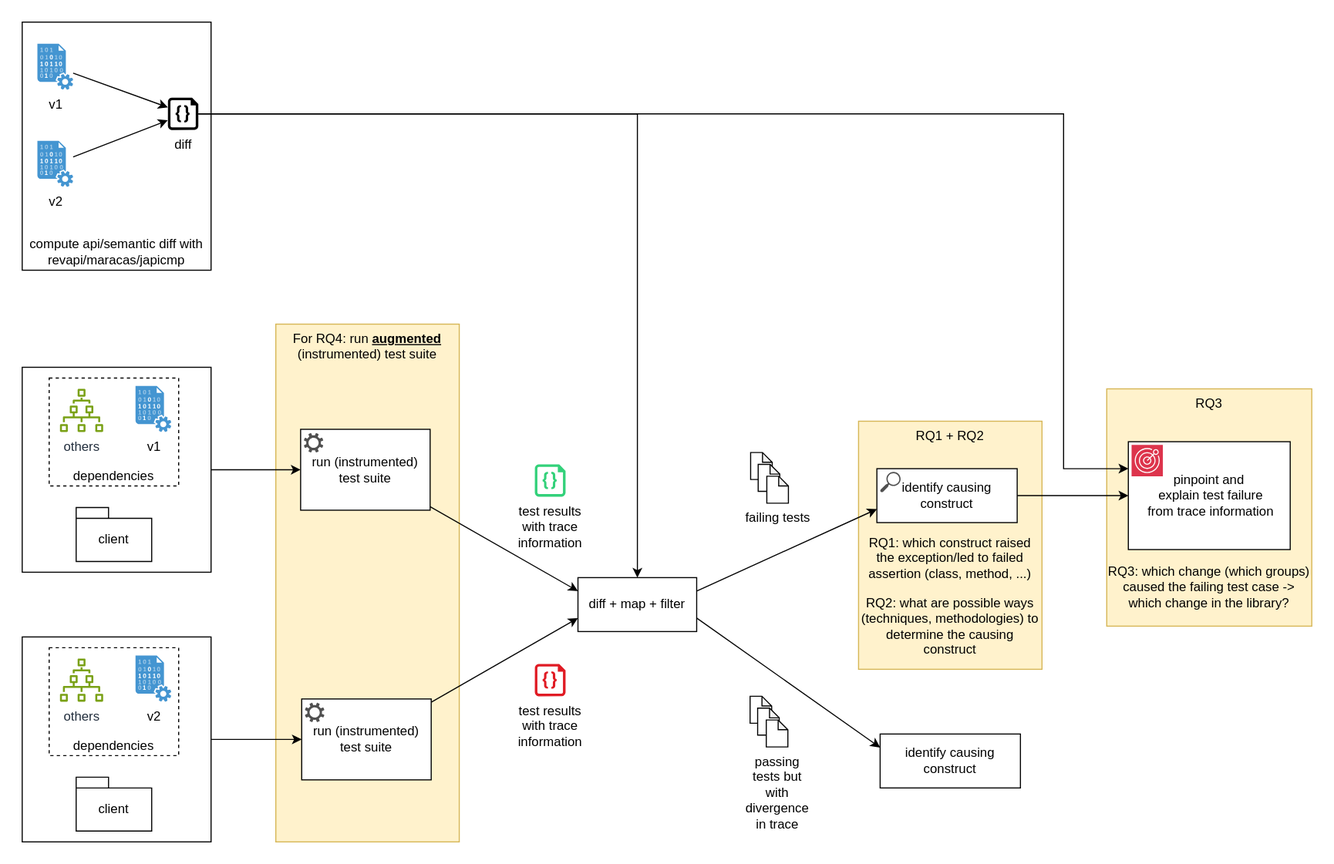
Before: figures/overview.svg, a diagram exported from draw.io (leonardhusmann/masterthesis). Source tidied: cells renumbered, new cells last; positions are measured from the earlier drawing's top-left corner, leaving out a move shared by most shapes. The source it was exported from:
```xml
<mxGraphModel>
  <root>
    <mxCell id="0" />
    <mxCell id="1" parent="0" />
    <mxCell id="2" value="compute api/semantic diff with revapi/maracas/japicmp" style="rounded=0;whiteSpace=wrap;html=1;verticalAlign=bottom;" parent="1" vertex="1">
      <mxGeometry width="175" height="230" as="geometry" />
    </mxCell>
    <mxCell id="3" value="identify causing construct" style="rounded=0;whiteSpace=wrap;html=1;" parent="1" vertex="1">
      <mxGeometry x="795" y="660" width="130" height="50" as="geometry" />
    </mxCell>
    <mxCell id="4" value="RQ3" style="rounded=0;whiteSpace=wrap;html=1;verticalAlign=top;fillColor=#fff2cc;strokeColor=#d6b656;" parent="1" vertex="1">
      <mxGeometry x="1005" y="340" width="190" height="220" as="geometry" />
    </mxCell>
    <mxCell id="5" value="RQ1 + RQ2" style="rounded=0;whiteSpace=wrap;html=1;verticalAlign=top;fillColor=#fff2cc;strokeColor=#d6b656;" parent="1" vertex="1">
      <mxGeometry x="775" y="370" width="170" height="230" as="geometry" />
    </mxCell>
    <mxCell id="6" value="For RQ4: run &lt;u&gt;&lt;b&gt;augmented&lt;/b&gt;&lt;/u&gt; (instrumented) test suite" style="rounded=0;whiteSpace=wrap;html=1;fillColor=#fff2cc;strokeColor=#d6b656;verticalAlign=top;" parent="1" vertex="1">
      <mxGeometry x="235" y="280" width="170" height="480" as="geometry" />
    </mxCell>
    <mxCell id="7" style="edgeStyle=orthogonalEdgeStyle;rounded=0;jettySize=auto;html=1;" parent="1" edge="1" source="8" target="21">
      <mxGeometry relative="1" as="geometry" />
    </mxCell>
    <mxCell id="8" style="rounded=0;whiteSpace=wrap;html=1;" parent="1" vertex="1">
      <mxGeometry y="570" width="175" height="190" as="geometry" />
    </mxCell>
    <mxCell id="9" style="edgeStyle=orthogonalEdgeStyle;rounded=0;jettySize=auto;html=1;" parent="1" edge="1" source="10" target="34">
      <mxGeometry relative="1" as="geometry" />
    </mxCell>
    <mxCell id="10" style="rounded=0;whiteSpace=wrap;html=1;" parent="1" vertex="1">
      <mxGeometry y="320" width="175" height="190" as="geometry" />
    </mxCell>
    <mxCell id="11" style="rounded=0;jettySize=auto;html=1;entryX=0;entryY=0.25;entryDx=0;entryDy=0;" parent="1" edge="1" source="34" target="25">
      <mxGeometry relative="1" as="geometry" />
    </mxCell>
    <mxCell id="12" value="dependencies" style="rounded=0;whiteSpace=wrap;html=1;verticalAlign=bottom;dashed=1;" parent="1" vertex="1">
      <mxGeometry x="25" y="330" width="120" height="100" as="geometry" />
    </mxCell>
    <mxCell id="13" value="client" style="shape=folder;fontStyle=0;tabWidth=30;tabHeight=10;tabPosition=left;html=1;boundedLbl=1;whiteSpace=wrap;" parent="1" vertex="1">
      <mxGeometry x="50" y="450" width="70" height="50" as="geometry" />
    </mxCell>
    <mxCell id="14" value="v1" style="shadow=0;dashed=0;html=1;strokeColor=none;fillColor=#4495D1;labelPosition=center;verticalLabelPosition=bottom;verticalAlign=top;align=center;shape=mxgraph.veeam.data_file;" parent="1" vertex="1">
      <mxGeometry x="105" y="337.3" width="33.1" height="42.7" as="geometry" />
    </mxCell>
    <mxCell id="15" value="others" style="sketch=0;fontColor=#232F3E;gradientColor=none;fillColor=#7AA116;strokeColor=none;dashed=0;verticalLabelPosition=bottom;verticalAlign=top;align=center;html=1;fontSize=12;fontStyle=0;shape=mxgraph.aws4.iot_sitewise_asset_hierarchy;" parent="1" vertex="1">
      <mxGeometry x="35" y="340" width="40" height="40" as="geometry" />
    </mxCell>
    <mxCell id="16" value="dependencies" style="rounded=0;whiteSpace=wrap;html=1;verticalAlign=bottom;dashed=1;" parent="1" vertex="1">
      <mxGeometry x="25" y="580" width="120" height="100" as="geometry" />
    </mxCell>
    <mxCell id="17" value="client" style="shape=folder;fontStyle=0;tabWidth=30;tabHeight=10;tabPosition=left;html=1;boundedLbl=1;whiteSpace=wrap;" parent="1" vertex="1">
      <mxGeometry x="50" y="700" width="70" height="50" as="geometry" />
    </mxCell>
    <mxCell id="18" value="v2" style="shadow=0;dashed=0;html=1;strokeColor=none;fillColor=#4495D1;labelPosition=center;verticalLabelPosition=bottom;verticalAlign=top;align=center;shape=mxgraph.veeam.data_file;" parent="1" vertex="1">
      <mxGeometry x="105" y="587.3" width="33.1" height="42.7" as="geometry" />
    </mxCell>
    <mxCell id="19" value="others" style="sketch=0;fontColor=#232F3E;gradientColor=none;fillColor=#7AA116;strokeColor=none;dashed=0;verticalLabelPosition=bottom;verticalAlign=top;align=center;html=1;fontSize=12;fontStyle=0;shape=mxgraph.aws4.iot_sitewise_asset_hierarchy;" parent="1" vertex="1">
      <mxGeometry x="35" y="590" width="40" height="40" as="geometry" />
    </mxCell>
    <mxCell id="20" style="rounded=0;jettySize=auto;html=1;entryX=0;entryY=0.75;entryDx=0;entryDy=0;" parent="1" edge="1" source="21" target="25">
      <mxGeometry relative="1" as="geometry" />
    </mxCell>
    <mxCell id="21" value="run (instrumented) test suite" style="rounded=0;whiteSpace=wrap;html=1;" parent="1" vertex="1">
      <mxGeometry x="259" y="627.5" width="120" height="75" as="geometry" />
    </mxCell>
    <mxCell id="22" style="sketch=0;shadow=0;dashed=0;html=1;strokeColor=none;fillColor=#505050;labelPosition=center;verticalLabelPosition=bottom;verticalAlign=top;align=center;shape=mxgraph.office.concepts.settings;" parent="1" vertex="1">
      <mxGeometry x="262" y="631" width="18" height="18" as="geometry" />
    </mxCell>
    <mxCell id="23" style="rounded=0;jettySize=auto;html=1;entryX=0;entryY=0.75;entryDx=0;entryDy=0;exitX=1;exitY=0.25;exitDx=0;exitDy=0;" parent="1" edge="1" source="25" target="32">
      <mxGeometry relative="1" as="geometry" />
    </mxCell>
    <mxCell id="24" style="rounded=0;jettySize=auto;html=1;exitX=1;exitY=0.75;exitDx=0;exitDy=0;entryX=0;entryY=0.25;entryDx=0;entryDy=0;" parent="1" edge="1" source="25" target="3">
      <mxGeometry relative="1" as="geometry" />
    </mxCell>
    <mxCell id="25" value="diff + map + filter" style="rounded=0;whiteSpace=wrap;html=1;" parent="1" vertex="1">
      <mxGeometry x="515" y="515" width="110" height="50" as="geometry" />
    </mxCell>
    <mxCell id="26" value="test results with trace information" style="verticalLabelPosition=bottom;html=1;verticalAlign=top;align=center;strokeColor=none;fillColor=#33d17a;shape=mxgraph.azure.code_file;whiteSpace=wrap;" parent="1" vertex="1">
      <mxGeometry x="475" y="410" width="28.5" height="30" as="geometry" />
    </mxCell>
    <mxCell id="27" value="test results with trace information" style="verticalLabelPosition=bottom;html=1;verticalAlign=top;align=center;strokeColor=none;fillColor=#e01b24;shape=mxgraph.azure.code_file;whiteSpace=wrap;" parent="1" vertex="1">
      <mxGeometry x="475" y="595" width="28.5" height="30" as="geometry" />
    </mxCell>
    <mxCell id="28" style="shape=note;whiteSpace=wrap;html=1;backgroundOutline=1;darkOpacity=0.05;size=9;" parent="1" vertex="1">
      <mxGeometry x="675" y="399" width="20" height="25" as="geometry" />
    </mxCell>
    <mxCell id="29" style="shape=note;whiteSpace=wrap;html=1;backgroundOutline=1;darkOpacity=0.05;size=9;" parent="1" vertex="1">
      <mxGeometry x="682" y="410" width="20" height="25" as="geometry" />
    </mxCell>
    <mxCell id="30" value="failing tests" style="shape=note;backgroundOutline=1;darkOpacity=0.05;size=9;verticalAlign=top;labelPosition=center;verticalLabelPosition=bottom;align=center;html=1;" parent="1" vertex="1">
      <mxGeometry x="690" y="421" width="20" height="25" as="geometry" />
    </mxCell>
    <mxCell id="31" style="edgeStyle=orthogonalEdgeStyle;rounded=0;jettySize=auto;html=1;" parent="1" edge="1" source="32" target="36">
      <mxGeometry relative="1" as="geometry" />
    </mxCell>
    <mxCell id="32" value="identify causing construct" style="rounded=0;whiteSpace=wrap;html=1;" parent="1" vertex="1">
      <mxGeometry x="792" y="414" width="130" height="50" as="geometry" />
    </mxCell>
    <mxCell id="33" style="sketch=0;shadow=0;dashed=0;html=1;strokeColor=none;fillColor=#505050;labelPosition=center;verticalLabelPosition=bottom;verticalAlign=top;align=center;shape=mxgraph.office.concepts.search;" parent="1" vertex="1">
      <mxGeometry x="795" y="417" width="19" height="19" as="geometry" />
    </mxCell>
    <mxCell id="34" value="run (instrumented) test suite" style="rounded=0;whiteSpace=wrap;html=1;" parent="1" vertex="1">
      <mxGeometry x="258" y="377.5" width="120" height="75" as="geometry" />
    </mxCell>
    <mxCell id="35" style="sketch=0;shadow=0;dashed=0;html=1;strokeColor=none;fillColor=#505050;labelPosition=center;verticalLabelPosition=bottom;verticalAlign=top;align=center;shape=mxgraph.office.concepts.settings;" parent="1" vertex="1">
      <mxGeometry x="261" y="381" width="18" height="18" as="geometry" />
    </mxCell>
    <mxCell id="36" value="&lt;div&gt;pinpoint and&lt;/div&gt;&lt;div&gt;&amp;nbsp;explain test failure&lt;/div&gt;&amp;nbsp;from trace information" style="rounded=0;whiteSpace=wrap;html=1;" parent="1" vertex="1">
      <mxGeometry x="1025" y="389" width="150" height="100" as="geometry" />
    </mxCell>
    <mxCell id="37" style="sketch=0;fontColor=#232F3E;fillColor=#DD344C;strokeColor=#ffffff;dashed=0;verticalLabelPosition=bottom;verticalAlign=top;align=center;html=1;fontSize=12;fontStyle=0;shape=mxgraph.aws4.resourceIcon;resIcon=mxgraph.aws4.pinpoint;" parent="1" vertex="1">
      <mxGeometry x="1028" y="392" width="29" height="29" as="geometry" />
    </mxCell>
    <mxCell id="38" style="shape=note;whiteSpace=wrap;html=1;backgroundOutline=1;darkOpacity=0.05;size=9;" parent="1" vertex="1">
      <mxGeometry x="674.5" y="625" width="20" height="25" as="geometry" />
    </mxCell>
    <mxCell id="39" style="shape=note;whiteSpace=wrap;html=1;backgroundOutline=1;darkOpacity=0.05;size=9;" parent="1" vertex="1">
      <mxGeometry x="681.5" y="636" width="20" height="25" as="geometry" />
    </mxCell>
    <mxCell id="40" value="passing tests but with divergence in trace" style="shape=note;backgroundOutline=1;darkOpacity=0.05;size=9;verticalAlign=top;labelPosition=center;verticalLabelPosition=bottom;align=center;html=1;whiteSpace=wrap;" parent="1" vertex="1">
      <mxGeometry x="689.5" y="647" width="20" height="25" as="geometry" />
    </mxCell>
    <mxCell id="41" value="RQ1: which construct raised the exception/led to failed assertion (class, method, ...)" style="text;html=1;align=center;verticalAlign=middle;whiteSpace=wrap;rounded=0;" parent="1" vertex="1">
      <mxGeometry x="775" y="482" width="170" height="30" as="geometry" />
    </mxCell>
    <mxCell id="42" value="RQ2: what are possible ways (techniques, methodologies) to determine the causing construct" style="text;html=1;align=center;verticalAlign=middle;whiteSpace=wrap;rounded=0;" parent="1" vertex="1">
      <mxGeometry x="775" y="545" width="170" height="30" as="geometry" />
    </mxCell>
    <mxCell id="43" value="RQ3: which change (which groups) caused the failing test case -&amp;gt; which change in the library?" style="text;html=1;align=center;verticalAlign=middle;whiteSpace=wrap;rounded=0;" parent="1" vertex="1">
      <mxGeometry x="1005" y="509" width="190" height="30" as="geometry" />
    </mxCell>
    <mxCell id="44" value="v1" style="shadow=0;dashed=0;html=1;strokeColor=none;fillColor=#4495D1;labelPosition=center;verticalLabelPosition=bottom;verticalAlign=top;align=center;outlineConnect=0;shape=mxgraph.veeam.data_file;" parent="1" vertex="1">
      <mxGeometry x="14.1" y="20" width="33.1" height="42.7" as="geometry" />
    </mxCell>
    <mxCell id="45" value="v2" style="shadow=0;dashed=0;html=1;strokeColor=none;fillColor=#4495D1;labelPosition=center;verticalLabelPosition=bottom;verticalAlign=top;align=center;outlineConnect=0;shape=mxgraph.veeam.data_file;" parent="1" vertex="1">
      <mxGeometry x="14.1" y="110" width="33.1" height="42.7" as="geometry" />
    </mxCell>
    <mxCell id="46" style="edgeStyle=orthogonalEdgeStyle;rounded=0;jettySize=auto;html=1;" parent="1" edge="1" source="48" target="25">
      <mxGeometry relative="1" as="geometry" />
    </mxCell>
    <mxCell id="47" style="edgeStyle=orthogonalEdgeStyle;rounded=0;jettySize=auto;html=1;entryX=0;entryY=0.25;entryDx=0;entryDy=0;" parent="1" edge="1" source="48" target="36">
      <mxGeometry relative="1" as="geometry">
        <Array as="points">
          <mxPoint x="965" y="85" />
          <mxPoint x="965" y="414" />
        </Array>
      </mxGeometry>
    </mxCell>
    <mxCell id="48" value="diff" style="sketch=0;shadow=0;dashed=0;html=1;strokeColor=none;labelPosition=center;verticalLabelPosition=bottom;verticalAlign=top;align=center;fillColor=#000000;shape=mxgraph.azure.code_file;" parent="1" vertex="1">
      <mxGeometry x="135" y="70" width="28.2" height="30" as="geometry" />
    </mxCell>
    <mxCell id="49" style="rounded=0;jettySize=auto;html=1;entryX=-0.001;entryY=0.3;entryDx=0;entryDy=0;entryPerimeter=0;" parent="1" edge="1" source="44" target="48">
      <mxGeometry relative="1" as="geometry" />
    </mxCell>
    <mxCell id="50" style="rounded=0;jettySize=auto;html=1;entryX=-0.003;entryY=0.701;entryDx=0;entryDy=0;entryPerimeter=0;" parent="1" edge="1" source="45" target="48">
      <mxGeometry relative="1" as="geometry" />
    </mxCell>
  </root>
</mxGraphModel>
```
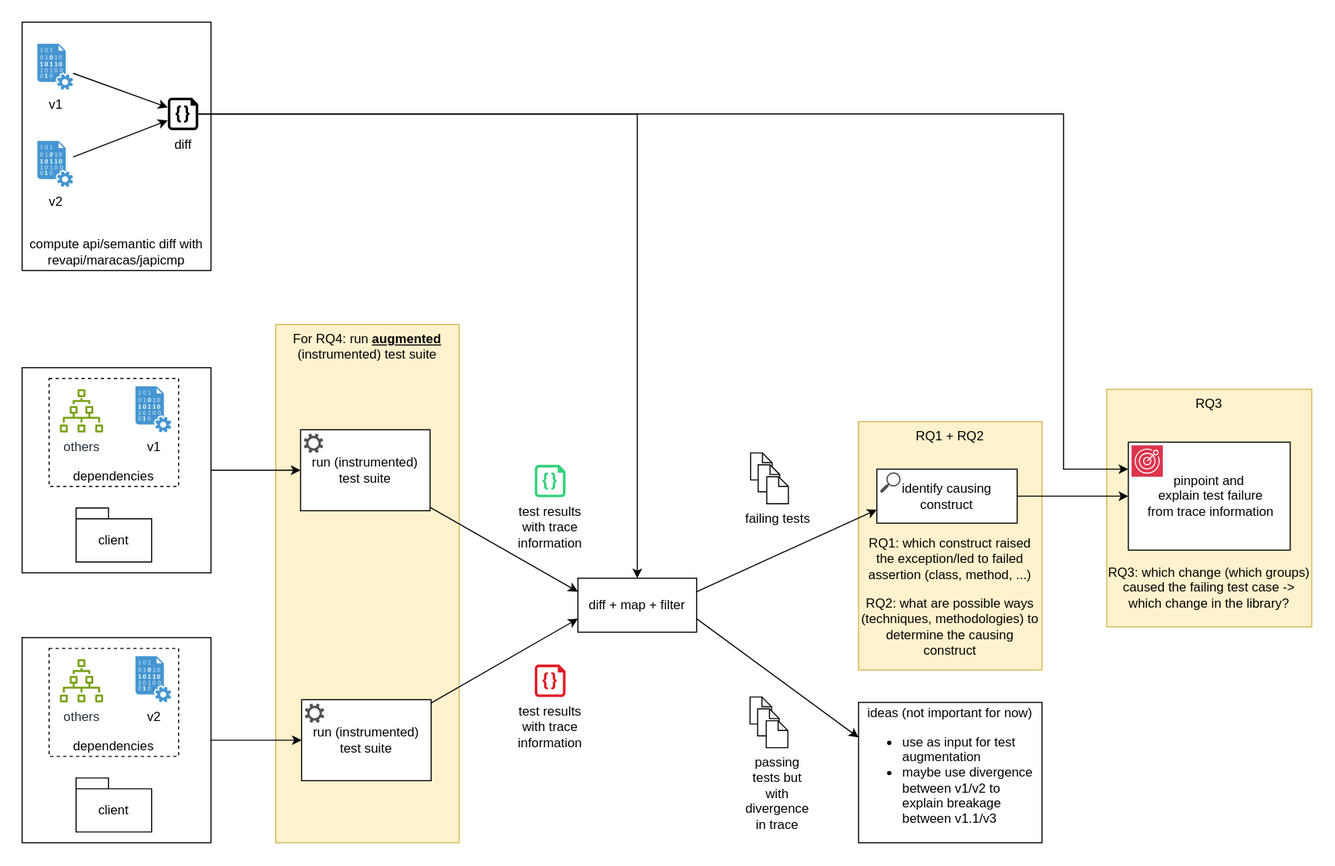
The same diagram one commit later.

What changed in the source:
```diff
@@ -5,8 +5,8 @@
     <mxCell id="2" value="compute api/semantic diff with revapi/maracas/japicmp" style="rounded=0;whiteSpace=wrap;html=1;verticalAlign=bottom;" parent="1" vertex="1">
       <mxGeometry width="175" height="230" as="geometry" />
     </mxCell>
-    <mxCell id="3" value="identify causing construct" style="rounded=0;whiteSpace=wrap;html=1;" parent="1" vertex="1">
-      <mxGeometry x="795" y="660" width="130" height="50" as="geometry" />
+    <mxCell id="3" value="ideas (not important for now)&lt;br&gt;&lt;ul&gt;&lt;li&gt;&lt;div align=&quot;left&quot;&gt;use as input for test augmentation&lt;/div&gt;&lt;/li&gt;&lt;li&gt;&lt;div align=&quot;left&quot;&gt;maybe use divergence between v1/v2 to explain breakage between v1.1/v3&lt;br&gt;&lt;/div&gt;&lt;/li&gt;&lt;/ul&gt;" style="rounded=0;whiteSpace=wrap;html=1;" parent="1" vertex="1">
+      <mxGeometry x="775" y="630" width="170" height="130" as="geometry" />
     </mxCell>
     <mxCell id="4" value="RQ3" style="rounded=0;whiteSpace=wrap;html=1;verticalAlign=top;fillColor=#fff2cc;strokeColor=#d6b656;" parent="1" vertex="1">
       <mxGeometry x="1005" y="340" width="190" height="220" as="geometry" />
```
